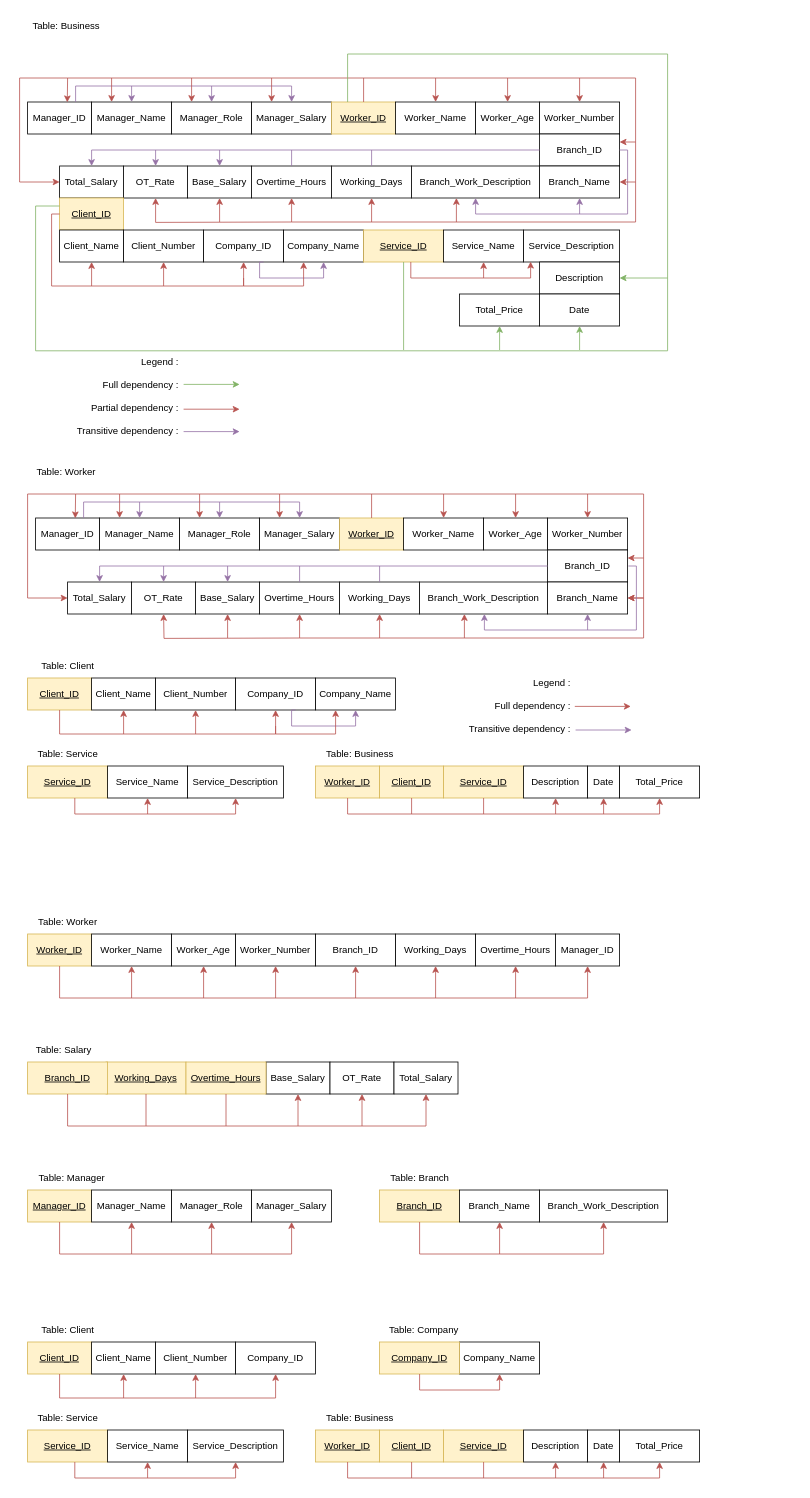
justn0thinghere/drawio keeps this draw.io diagram as normalizationWIA2001assg.drawio. Above is the earlier version. Source tidied: cells renumbered, new cells numbered last; positions are measured from the earlier drawing's top-left corner, leaving out a move shared by most shapes. Both pictures are drawn from the tidied source at 80%, with x=0, y=0 at pixel (19, 14).
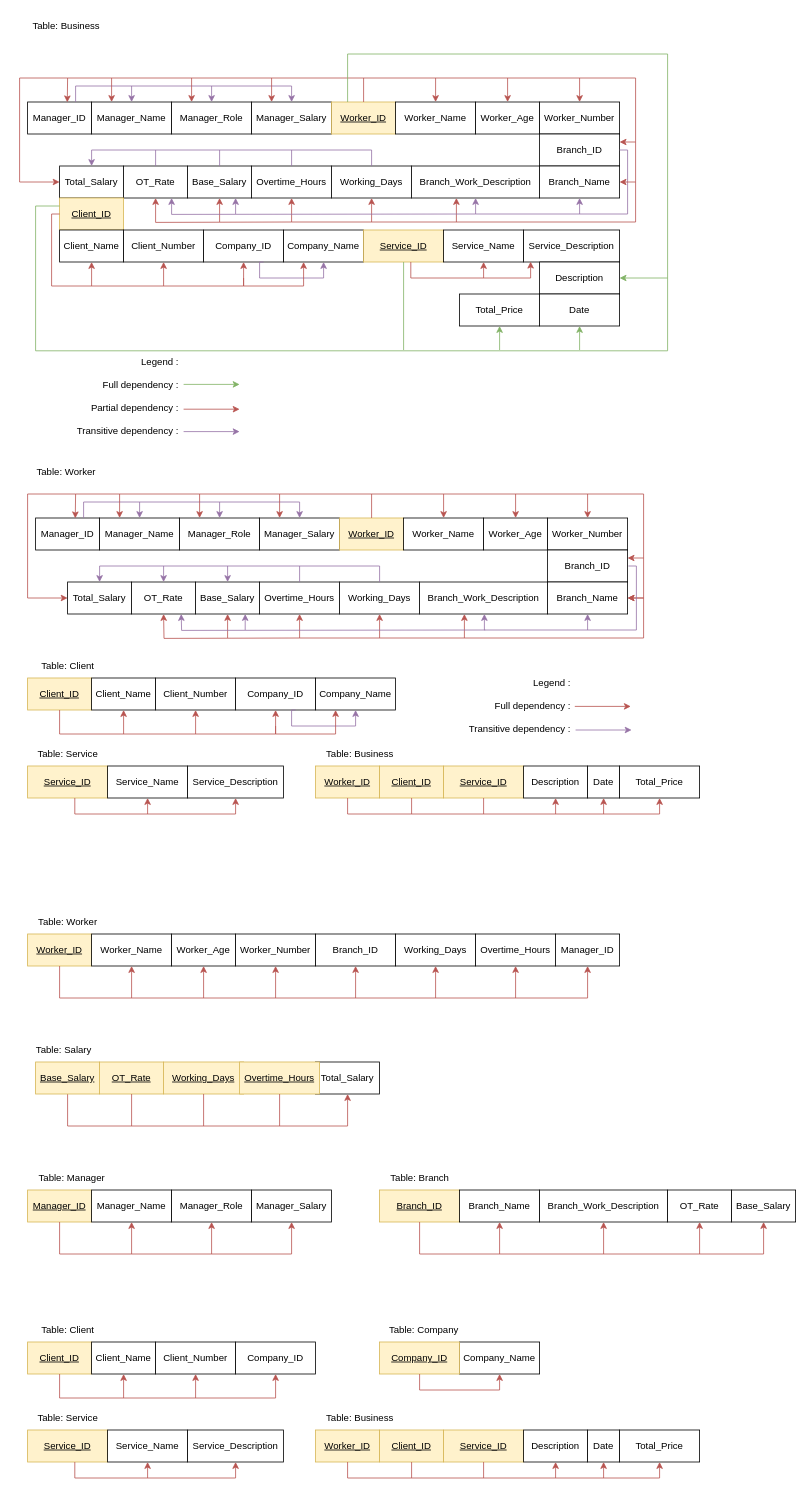
Above is the later version.

The change refers to these unchanged cells:
```xml
<mxCell id="11" value="Branch_ID" style="rounded=0;whiteSpace=wrap;html=1;" parent="1" vertex="1">
  <mxGeometry x="650" y="150" width="100" height="40" as="geometry" />
</mxCell>
<mxCell id="16" value="Base_Salary" style="rounded=0;whiteSpace=wrap;html=1;" parent="1" vertex="1">
  <mxGeometry x="210" y="190" width="80" height="40" as="geometry" />
</mxCell>
<mxCell id="17" value="OT_Rate" style="rounded=0;whiteSpace=wrap;html=1;" parent="1" vertex="1">
  <mxGeometry x="130" y="190" width="80" height="40" as="geometry" />
</mxCell>
<mxCell id="18" value="Total_Salary" style="rounded=0;whiteSpace=wrap;html=1;" parent="1" vertex="1">
  <mxGeometry x="50" y="190" width="80" height="40" as="geometry" />
</mxCell>
<mxCell id="84" value="Branch_ID" style="rounded=0;whiteSpace=wrap;html=1;" parent="1" vertex="1">
  <mxGeometry x="660" y="670" width="100" height="40" as="geometry" />
</mxCell>
<mxCell id="91" value="Total_Salary" style="rounded=0;whiteSpace=wrap;html=1;" parent="1" vertex="1">
  <mxGeometry x="60" y="710" width="80" height="40" as="geometry" />
</mxCell>
<mxCell id="201" value="&lt;u&gt;Branch_ID&lt;/u&gt;" style="rounded=0;whiteSpace=wrap;html=1;fillColor=#fff2cc;strokeColor=#d6b656;" parent="1" vertex="1">
  <mxGeometry x="450" y="1470" width="100" height="40" as="geometry" />
</mxCell>
<mxCell id="203" value="Branch_Work_Description" style="rounded=0;whiteSpace=wrap;html=1;" parent="1" vertex="1">
  <mxGeometry x="650" y="1470" width="160" height="40" as="geometry" />
</mxCell>
```

What changed in the source:
```diff
@@
-    <mxCell id="46" style="endArrow=classic;html=1;rounded=0;entryX=0.5;entryY=0;entryDx=0;entryDy=0;fillColor=#e1d5e7;strokeColor=#9673a6;exitX=0;exitY=0.5;exitDx=0;exitDy=0;edgeStyle=orthogonalEdgeStyle;" parent="1" edge="1" source="11" target="18">
+    <mxCell id="46" style="endArrow=classic;html=1;rounded=0;entryX=0.5;entryY=0;entryDx=0;entryDy=0;fillColor=#e1d5e7;strokeColor=#9673a6;edgeStyle=orthogonalEdgeStyle;" parent="1" edge="1" target="18">
       <mxGeometry relative="1" as="geometry">
+        <mxPoint x="440" y="170" as="sourcePoint" />
         <Array as="points">
           <mxPoint x="90" y="170" />
         </Array>
       </mxGeometry>
     </mxCell>
@@
-    <mxCell id="49" style="endArrow=classic;html=1;rounded=0;entryX=0.5;entryY=0;entryDx=0;entryDy=0;fillColor=#e1d5e7;strokeColor=#9673a6;" parent="1" edge="1" target="17">
+    <mxCell id="49" style="endArrow=none;html=1;rounded=0;entryX=0.5;entryY=0;entryDx=0;entryDy=0;fillColor=#e1d5e7;strokeColor=#9673a6;endFill=0;" parent="1" edge="1" target="17">
       <mxGeometry relative="1" as="geometry">
         <mxPoint x="170" y="170" as="sourcePoint" />
       </mxGeometry>
     </mxCell>
-    <mxCell id="50" style="endArrow=classic;html=1;rounded=0;entryX=0.5;entryY=0;entryDx=0;entryDy=0;fillColor=#e1d5e7;strokeColor=#9673a6;" parent="1" edge="1" target="16">
+    <mxCell id="50" style="endArrow=none;html=1;rounded=0;entryX=0.5;entryY=0;entryDx=0;entryDy=0;fillColor=#e1d5e7;strokeColor=#9673a6;endFill=0;" parent="1" edge="1" target="16">
       <mxGeometry relative="1" as="geometry">
         <mxPoint x="250" y="170" as="sourcePoint" />
       </mxGeometry>
     </mxCell>
@@
-    <mxCell id="104" style="endArrow=classic;html=1;rounded=0;entryX=0.5;entryY=0;entryDx=0;entryDy=0;fillColor=#e1d5e7;strokeColor=#9673a6;exitX=0;exitY=0.5;exitDx=0;exitDy=0;edgeStyle=orthogonalEdgeStyle;" parent="1" edge="1" source="84" target="91">
+    <mxCell id="104" style="endArrow=classic;html=1;rounded=0;entryX=0.5;entryY=0;entryDx=0;entryDy=0;fillColor=#e1d5e7;strokeColor=#9673a6;edgeStyle=orthogonalEdgeStyle;" parent="1" edge="1" target="91">
       <mxGeometry relative="1" as="geometry">
+        <mxPoint x="450" y="690" as="sourcePoint" />
         <Array as="points">
           <mxPoint x="100" y="690" />
         </Array>
       </mxGeometry>
     </mxCell>
@@
-    <mxCell id="193" value="Base_Salary" style="rounded=0;whiteSpace=wrap;html=1;" parent="1" vertex="1">
-      <mxGeometry x="308" y="1310" width="80" height="40" as="geometry" />
-    </mxCell>
-    <mxCell id="194" value="OT_Rate" style="rounded=0;whiteSpace=wrap;html=1;" parent="1" vertex="1">
-      <mxGeometry x="388" y="1310" width="80" height="40" as="geometry" />
-    </mxCell>
     <mxCell id="195" value="Total_Salary" style="rounded=0;whiteSpace=wrap;html=1;" parent="1" vertex="1">
-      <mxGeometry x="468" y="1310" width="80" height="40" as="geometry" />
+      <mxGeometry x="370" y="1310" width="80" height="40" as="geometry" />
     </mxCell>
@@
     <mxCell id="204" value="&lt;u&gt;Working_Days&lt;/u&gt;" style="rounded=0;whiteSpace=wrap;html=1;fillColor=#fff2cc;strokeColor=#d6b656;" parent="1" vertex="1">
-      <mxGeometry x="108" y="1310" width="100" height="40" as="geometry" />
+      <mxGeometry x="180" y="1310" width="100" height="40" as="geometry" />
     </mxCell>
     <mxCell id="205" value="&lt;u&gt;Overtime_Hours&lt;/u&gt;" style="rounded=0;whiteSpace=wrap;html=1;fillColor=#fff2cc;strokeColor=#d6b656;" parent="1" vertex="1">
-      <mxGeometry x="208" y="1310" width="100" height="40" as="geometry" />
+      <mxGeometry x="275" y="1310" width="100" height="40" as="geometry" />
     </mxCell>
-    <mxCell id="206" value="&lt;u&gt;Branch_ID&lt;/u&gt;" style="rounded=0;whiteSpace=wrap;html=1;fillColor=#fff2cc;strokeColor=#d6b656;" parent="1" vertex="1">
-      <mxGeometry x="10" y="1310" width="100" height="40" as="geometry" />
-    </mxCell>
@@
-    <mxCell id="218" style="endArrow=classic;html=1;rounded=0;edgeStyle=orthogonalEdgeStyle;fillColor=#f8cecc;strokeColor=#b85450;exitX=0.5;exitY=1;exitDx=0;exitDy=0;entryX=0.5;entryY=1;entryDx=0;entryDy=0;" parent="1" edge="1" source="206" target="195">
+    <mxCell id="218" style="endArrow=classic;html=1;rounded=0;edgeStyle=orthogonalEdgeStyle;fillColor=#f8cecc;strokeColor=#b85450;exitX=0.5;exitY=1;exitDx=0;exitDy=0;entryX=0.5;entryY=1;entryDx=0;entryDy=0;" parent="1" edge="1" target="195">
       <mxGeometry relative="1" as="geometry">
+        <mxPoint x="60" y="1350" as="sourcePoint" />
         <Array as="points">
           <mxPoint x="60" y="1390" />
-          <mxPoint x="508" y="1390" />
+          <mxPoint x="410" y="1390" />
         </Array>
       </mxGeometry>
     </mxCell>
@@
-    <mxCell id="220" style="endArrow=classic;html=1;rounded=0;edgeStyle=orthogonalEdgeStyle;fillColor=#f8cecc;strokeColor=#b85450;exitX=0.5;exitY=1;exitDx=0;exitDy=0;entryX=0.5;entryY=1;entryDx=0;entryDy=0;" parent="1" edge="1" source="201" target="203">
+    <mxCell id="220" style="endArrow=classic;html=1;rounded=0;edgeStyle=orthogonalEdgeStyle;fillColor=#f8cecc;strokeColor=#b85450;exitX=0.5;exitY=1;exitDx=0;exitDy=0;entryX=0.5;entryY=1;entryDx=0;entryDy=0;" parent="1" edge="1" source="201" target="193">
       <mxGeometry relative="1" as="geometry">
         <Array as="points">
           <mxPoint x="500" y="1550" />
-          <mxPoint x="730" y="1550" />
+          <mxPoint x="930" y="1550" />
         </Array>
       </mxGeometry>
     </mxCell>
     <mxCell id="221" style="endArrow=none;html=1;rounded=0;entryX=0.5;entryY=1;entryDx=0;entryDy=0;fillColor=#f8cecc;strokeColor=#b85450;" parent="1" edge="1" target="204">
       <mxGeometry relative="1" as="geometry">
-        <mxPoint x="158" y="1390" as="sourcePoint" />
+        <mxPoint x="230" y="1390" as="sourcePoint" />
       </mxGeometry>
     </mxCell>
     <mxCell id="222" style="endArrow=none;html=1;rounded=0;entryX=0.5;entryY=1;entryDx=0;entryDy=0;fillColor=#f8cecc;strokeColor=#b85450;" parent="1" edge="1" target="205">
       <mxGeometry relative="1" as="geometry">
-        <mxPoint x="258" y="1390" as="sourcePoint" />
+        <mxPoint x="325" y="1390" as="sourcePoint" />
       </mxGeometry>
     </mxCell>
-    <mxCell id="223" style="endArrow=classic;html=1;rounded=0;entryX=0.5;entryY=1;entryDx=0;entryDy=0;fillColor=#f8cecc;strokeColor=#b85450;" parent="1" edge="1" target="193">
-      <mxGeometry relative="1" as="geometry">
-        <mxPoint x="348" y="1390" as="sourcePoint" />
-      </mxGeometry>
-    </mxCell>
-    <mxCell id="224" style="endArrow=classic;html=1;rounded=0;entryX=0.5;entryY=1;entryDx=0;entryDy=0;fillColor=#f8cecc;strokeColor=#b85450;" parent="1" edge="1" target="194">
-      <mxGeometry relative="1" as="geometry">
-        <mxPoint x="428" y="1390" as="sourcePoint" />
-      </mxGeometry>
-    </mxCell>
@@
+    <mxCell id="228" style="endArrow=classic;html=1;rounded=0;edgeStyle=orthogonalEdgeStyle;fillColor=#e1d5e7;strokeColor=#9673a6;entryX=0.75;entryY=1;entryDx=0;entryDy=0;" parent="1" edge="1" target="17">
+      <mxGeometry relative="1" as="geometry">
+        <mxPoint x="570" y="250" as="sourcePoint" />
+      </mxGeometry>
+    </mxCell>
+    <mxCell id="229" style="endArrow=classic;html=1;rounded=0;entryX=0.75;entryY=1;entryDx=0;entryDy=0;fillColor=#e1d5e7;strokeColor=#9673a6;" parent="1" edge="1" target="16">
+      <mxGeometry relative="1" as="geometry">
+        <mxPoint x="270" y="250" as="sourcePoint" />
+      </mxGeometry>
+    </mxCell>
+    <mxCell id="230" style="endArrow=classic;html=1;rounded=0;edgeStyle=orthogonalEdgeStyle;fillColor=#e1d5e7;strokeColor=#9673a6;entryX=0.75;entryY=1;entryDx=0;entryDy=0;" parent="1" edge="1">
+      <mxGeometry relative="1" as="geometry">
+        <mxPoint x="582" y="770" as="sourcePoint" />
+        <mxPoint x="202" y="750" as="targetPoint" />
+      </mxGeometry>
+    </mxCell>
+    <mxCell id="231" style="endArrow=classic;html=1;rounded=0;entryX=0.75;entryY=1;entryDx=0;entryDy=0;fillColor=#e1d5e7;strokeColor=#9673a6;" parent="1" edge="1">
+      <mxGeometry relative="1" as="geometry">
+        <mxPoint x="282" y="770" as="sourcePoint" />
+        <mxPoint x="282" y="750" as="targetPoint" />
+      </mxGeometry>
+    </mxCell>
+    <mxCell id="232" value="&lt;u&gt;OT_Rate&lt;/u&gt;" style="rounded=0;whiteSpace=wrap;html=1;fillColor=#fff2cc;strokeColor=#d6b656;" parent="1" vertex="1">
+      <mxGeometry x="100" y="1310" width="80" height="40" as="geometry" />
+    </mxCell>
+    <mxCell id="233" value="&lt;u&gt;Base_Salary&lt;/u&gt;" style="rounded=0;whiteSpace=wrap;html=1;fillColor=#fff2cc;strokeColor=#d6b656;" parent="1" vertex="1">
+      <mxGeometry x="20" y="1310" width="80" height="40" as="geometry" />
+    </mxCell>
+    <mxCell id="234" style="endArrow=none;html=1;rounded=0;entryX=0.5;entryY=1;entryDx=0;entryDy=0;fillColor=#f8cecc;strokeColor=#b85450;" parent="1" edge="1" target="232">
+      <mxGeometry relative="1" as="geometry">
+        <mxPoint x="140" y="1390" as="sourcePoint" />
+      </mxGeometry>
+    </mxCell>
+    <mxCell id="194" value="OT_Rate" style="rounded=0;whiteSpace=wrap;html=1;" parent="1" vertex="1">
+      <mxGeometry x="810" y="1470" width="80" height="40" as="geometry" />
+    </mxCell>
+    <mxCell id="193" value="Base_Salary" style="rounded=0;whiteSpace=wrap;html=1;" parent="1" vertex="1">
+      <mxGeometry x="890" y="1470" width="80" height="40" as="geometry" />
+    </mxCell>
+    <mxCell id="235" style="endArrow=classic;html=1;rounded=0;entryX=0.5;entryY=1;entryDx=0;entryDy=0;fillColor=#f8cecc;strokeColor=#b85450;" parent="1" edge="1" target="203">
+      <mxGeometry relative="1" as="geometry">
+        <mxPoint x="730" y="1550" as="sourcePoint" />
+      </mxGeometry>
+    </mxCell>
+    <mxCell id="236" style="endArrow=classic;html=1;rounded=0;entryX=0.5;entryY=1;entryDx=0;entryDy=0;fillColor=#f8cecc;strokeColor=#b85450;" parent="1" edge="1" target="194">
+      <mxGeometry relative="1" as="geometry">
+        <mxPoint x="850" y="1550" as="sourcePoint" />
+      </mxGeometry>
+    </mxCell>
```
